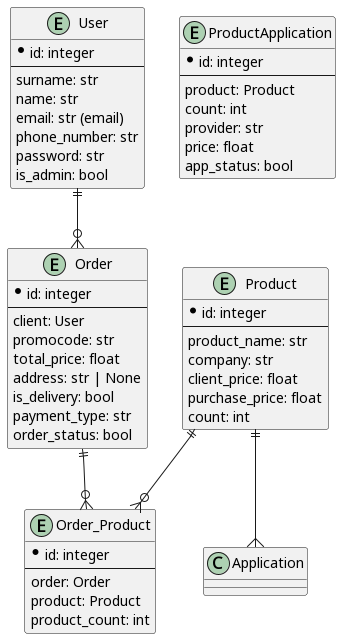
Dmitriy-M1319/CrystalApp keeps this PlantUML diagram as docs/ER-диаграмма для базы данных.png. Above is the earlier version.
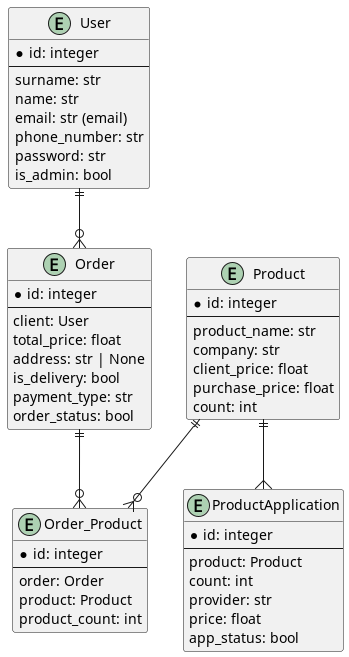
Above is the later version.

Commit message:
add tech requirements, change diagrams

Diff of the diagram source:
```diff
@@ -22,7 +22,6 @@
     * id: integer
     --
     client: User
-    promocode: str
     total_price: float
     address: str | None
     is_delivery: bool
@@ -49,5 +48,5 @@
 User ||--o{ Order
 Product ||--o{ Order_Product
 Order ||--o{ Order_Product
-Product ||--{ Application
+Product ||--{ ProductApplication
 @enduml
```
